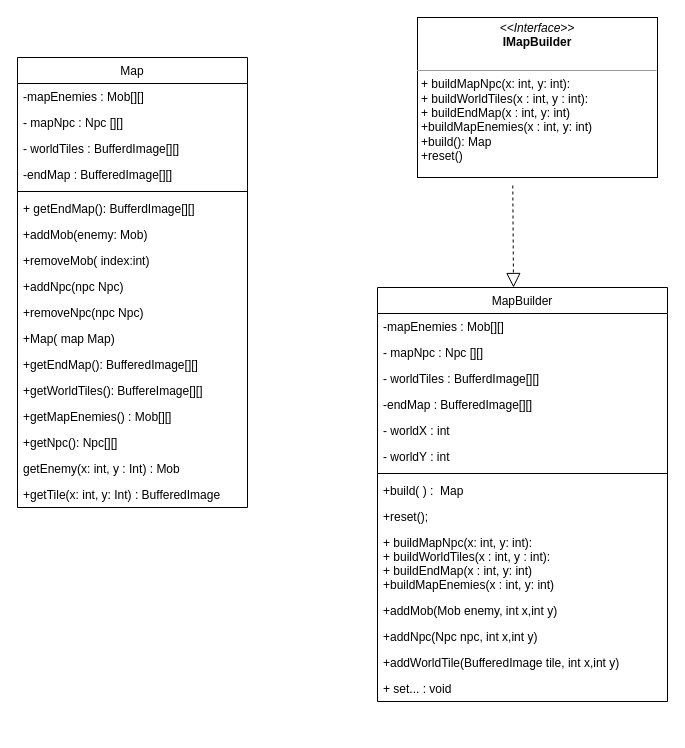
Above: log/diagrams/UML/Alessia/Map.drawio in weiss25r/Progetto-ISS-2022-2023 (draw.io), before the change. Source tidied: cells renumbered, new cells numbered last; positions are measured from the earlier drawing's top-left corner, leaving out a move shared by most shapes. Both pictures are drawn from the tidied source at 100%, with x=0, y=0 at pixel (17, 17).
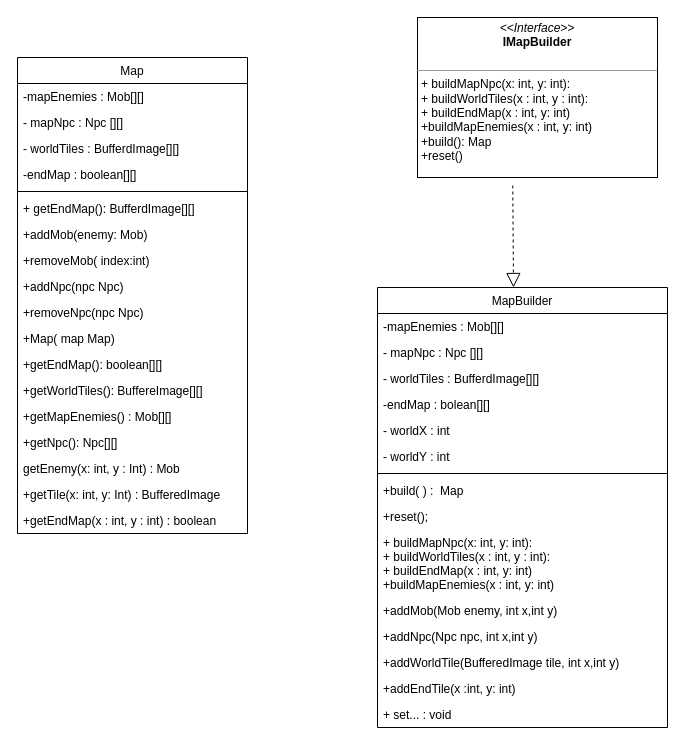
The same page after the edit.

Commit message:
Aggiornamenti Map

Change to the diagram source:
```diff
@@
     <mxCell id="2" value="Map" style="swimlane;fontStyle=0;horizontal=1;startSize=26;fillColor=none;" parent="1" vertex="1">
-      <mxGeometry y="40" width="230" height="450" as="geometry" />
+      <mxGeometry y="40" width="230" height="476" as="geometry" />
     </mxCell>
@@
-    <mxCell id="6" value="-endMap : BufferedImage[][] " style="text;strokeColor=none;fillColor=none;align=left;verticalAlign=top;spacingLeft=4;spacingRight=4;overflow=hidden;" parent="2" vertex="1">
+    <mxCell id="6" value="-endMap : boolean[][] " style="text;strokeColor=none;fillColor=none;align=left;verticalAlign=top;spacingLeft=4;spacingRight=4;overflow=hidden;" parent="2" vertex="1">
       <mxGeometry y="104" width="230" height="26" as="geometry" />
     </mxCell>
@@
-    <mxCell id="14" value="+getEndMap(): BufferedImage[][]" style="text;strokeColor=none;fillColor=none;align=left;verticalAlign=top;spacingLeft=4;spacingRight=4;overflow=hidden;" parent="2" vertex="1">
+    <mxCell id="14" value="+getEndMap(): boolean[][]" style="text;strokeColor=none;fillColor=none;align=left;verticalAlign=top;spacingLeft=4;spacingRight=4;overflow=hidden;" parent="2" vertex="1">
       <mxGeometry y="294" width="230" height="26" as="geometry" />
     </mxCell>
@@
+    <mxCell id="37" value="+getEndMap(x : int, y : int) : boolean" style="text;strokeColor=none;fillColor=none;align=left;verticalAlign=top;spacingLeft=4;spacingRight=4;overflow=hidden;" parent="2" vertex="1">
+      <mxGeometry y="450" width="230" height="26" as="geometry" />
+    </mxCell>
@@
     <mxCell id="22" value="MapBuilder" style="swimlane;fontStyle=0;horizontal=1;startSize=26;fillColor=none;" parent="1" vertex="1">
-      <mxGeometry x="360" y="270" width="290" height="414" as="geometry" />
+      <mxGeometry x="360" y="270" width="290" height="440" as="geometry" />
     </mxCell>
@@
-    <mxCell id="26" value="-endMap : BufferedImage[][] " style="text;strokeColor=none;fillColor=none;align=left;verticalAlign=top;spacingLeft=4;spacingRight=4;overflow=hidden;" parent="22" vertex="1">
+    <mxCell id="26" value="-endMap : bolean[][] " style="text;strokeColor=none;fillColor=none;align=left;verticalAlign=top;spacingLeft=4;spacingRight=4;overflow=hidden;" parent="22" vertex="1">
       <mxGeometry y="104" width="290" height="26" as="geometry" />
     </mxCell>
@@
+    <mxCell id="38" value="+addEndTile(x :int, y: int)" style="text;strokeColor=none;fillColor=none;align=left;verticalAlign=top;spacingLeft=4;spacingRight=4;overflow=hidden;" parent="22" vertex="1">
+      <mxGeometry y="388" width="290" height="26" as="geometry" />
+    </mxCell>
     <mxCell id="36" value="+ set... : void" style="text;strokeColor=none;fillColor=none;align=left;verticalAlign=top;spacingLeft=4;spacingRight=4;overflow=hidden;" parent="22" vertex="1">
-      <mxGeometry y="388" width="290" height="26" as="geometry" />
+      <mxGeometry y="414" width="290" height="26" as="geometry" />
     </mxCell>
```
